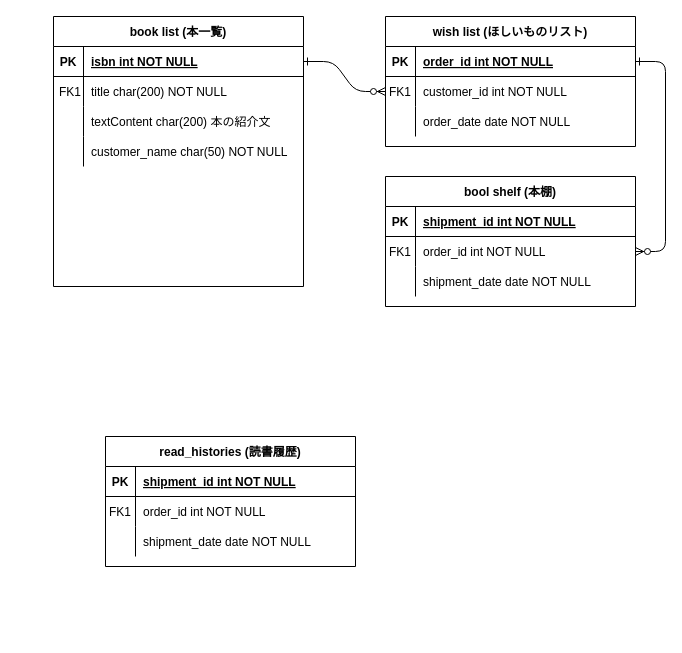
asukamekaru98/book-management-tool keeps this draw.io diagram as ER.drawio. Above is the earlier version. Source tidied: cells renumbered, new cells numbered last; positions are measured from the earlier drawing's top-left corner, leaving out a move shared by most shapes. Both pictures are drawn from the tidied source at 100%, with x=0, y=0 at pixel (53, 16).
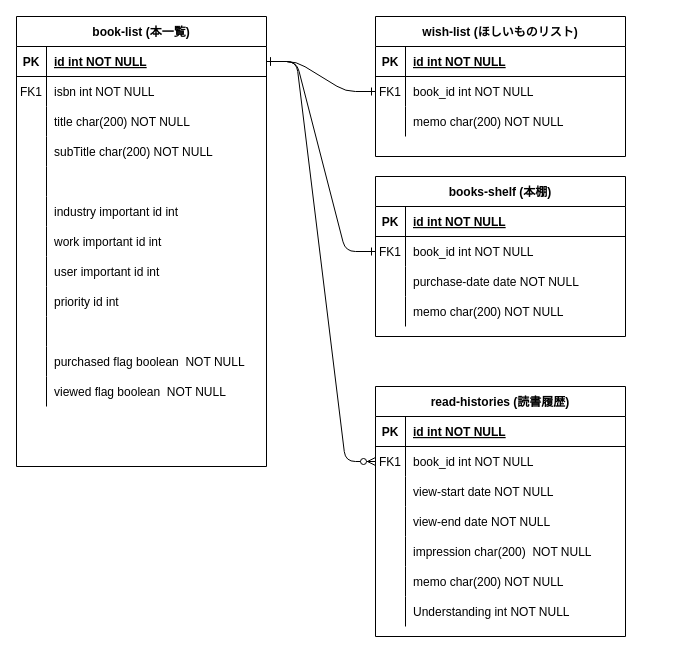
Above is the later version.

Unchanged cells that the change refers to:
```xml
<mxCell id="5" style="shape=partialRectangle;fillColor=none;points=[[0,0.5],[1,0.5]];portConstraint=eastwest;top=0;left=0;right=0;bottom=1;" parent="4" vertex="1">
  <mxGeometry y="30" width="250" height="30" as="geometry" />
</mxCell>
<mxCell id="8" style="shape=partialRectangle;fillColor=none;points=[[0,0.5],[1,0.5]];portConstraint=eastwest;top=0;left=0;right=0;bottom=0;" parent="4" vertex="1">
  <mxGeometry y="60" width="250" height="30" as="geometry" />
</mxCell>
<mxCell id="25" style="shape=partialRectangle;fillColor=none;points=[[0,0.5],[1,0.5]];portConstraint=eastwest;top=0;left=0;right=0;bottom=1;" parent="24" vertex="1">
  <mxGeometry y="30" width="250" height="30" as="geometry" />
</mxCell>
<mxCell id="28" style="shape=partialRectangle;fillColor=none;top=0;left=0;right=0;bottom=0;" parent="24" vertex="1">
  <mxGeometry y="60" width="250" height="30" as="geometry" />
</mxCell>
<mxCell id="31" style="shape=partialRectangle;fillColor=none;top=0;left=0;right=0;bottom=0;" parent="24" vertex="1">
  <mxGeometry y="90" width="250" height="30" as="geometry" />
</mxCell>
<mxCell id="34" style="shape=partialRectangle;fillColor=none;top=0;left=0;right=0;bottom=0;" parent="24" vertex="1">
  <mxGeometry y="120" width="250" height="30" as="geometry" />
</mxCell>
<mxCell id="38" style="shape=partialRectangle;fillColor=none;top=0;left=0;right=0;bottom=1;" parent="37" vertex="1">
  <mxGeometry y="30" width="250" height="30" as="geometry" />
</mxCell>
<mxCell id="41" style="shape=partialRectangle;fillColor=none;points=[[0,0.5],[1,0.5]];portConstraint=eastwest;top=0;left=0;right=0;bottom=0;" parent="37" vertex="1">
  <mxGeometry y="60" width="250" height="30" as="geometry" />
</mxCell>
<mxCell id="44" style="shape=partialRectangle;fillColor=none;top=0;left=0;right=0;bottom=0;" parent="37" vertex="1">
  <mxGeometry y="90" width="250" height="30" as="geometry" />
</mxCell>
```

Diff of the diagram source:
```diff
@@
-    <mxCell id="2" style="edgeStyle=entityRelationEdgeStyle;endArrow=ERzeroToMany;startArrow=ERone;endFill=1;startFill=0;" parent="1" edge="1" source="25" target="8">
+    <mxCell id="2" style="edgeStyle=entityRelationEdgeStyle;endArrow=ERone;startArrow=ERone;endFill=0;startFill=0;" parent="1" edge="1" source="25" target="8">
       <mxGeometry relative="1" as="geometry" />
     </mxCell>
-    <mxCell id="3" style="edgeStyle=entityRelationEdgeStyle;endArrow=ERzeroToMany;startArrow=ERone;endFill=1;startFill=0;" parent="1" edge="1" source="5" target="18">
+    <mxCell id="3" style="edgeStyle=entityRelationEdgeStyle;endArrow=ERone;startArrow=ERone;endFill=0;startFill=0;exitX=1;exitY=0.5;exitDx=0;exitDy=0;entryX=0;entryY=0.5;entryDx=0;entryDy=0;" parent="1" edge="1" source="25" target="18">
       <mxGeometry relative="1" as="geometry" />
     </mxCell>
-    <mxCell id="4" value="wish list (ほしいものリスト)" style="shape=table;startSize=30;childLayout=tableLayout;rowLines=0;fontStyle=1;align=center;" parent="1" vertex="1">
-      <mxGeometry x="332" width="250" height="130" as="geometry" />
+    <mxCell id="4" value="wish-list (ほしいものリスト)" style="shape=table;startSize=30;childLayout=tableLayout;rowLines=0;fontStyle=1;align=center;" parent="1" vertex="1">
+      <mxGeometry x="322" width="250" height="140" as="geometry" />
     </mxCell>
@@
-    <mxCell id="7" value="order_id int NOT NULL " style="shape=partialRectangle;overflow=hidden;fillColor=none;top=0;left=0;bottom=0;right=0;align=left;spacingLeft=6;fontStyle=5;" parent="5" vertex="1">
+    <mxCell id="7" value="id int NOT NULL " style="shape=partialRectangle;overflow=hidden;fillColor=none;top=0;left=0;bottom=0;right=0;align=left;spacingLeft=6;fontStyle=5;" parent="5" vertex="1">
       <mxGeometry x="30" width="220" height="30" as="geometry" />
     </mxCell>
@@
-    <mxCell id="10" value="customer_id int NOT NULL" style="shape=partialRectangle;overflow=hidden;fillColor=none;top=0;left=0;bottom=0;right=0;align=left;spacingLeft=6;" parent="8" vertex="1">
+    <mxCell id="10" value="book_id int NOT NULL" style="shape=partialRectangle;overflow=hidden;fillColor=none;top=0;left=0;bottom=0;right=0;align=left;spacingLeft=6;" parent="8" vertex="1">
       <mxGeometry x="30" width="220" height="30" as="geometry" />
     </mxCell>
-    <mxCell id="11" style="shape=partialRectangle;fillColor=none;top=0;left=0;right=0;bottom=0;" parent="4" vertex="1">
-      <mxGeometry y="90" width="250" height="30" as="geometry" />
-    </mxCell>
-    <mxCell id="12" style="shape=partialRectangle;overflow=hidden;fillColor=none;top=0;left=0;bottom=0;right=0;" parent="11" vertex="1">
-      <mxGeometry width="30" height="30" as="geometry" />
-    </mxCell>
-    <mxCell id="13" value="order_date date NOT NULL" style="shape=partialRectangle;overflow=hidden;fillColor=none;top=0;left=0;bottom=0;right=0;align=left;spacingLeft=6;" parent="11" vertex="1">
-      <mxGeometry x="30" width="220" height="30" as="geometry" />
-    </mxCell>
-    <mxCell id="14" value="bool shelf (本棚)" style="shape=table;startSize=30;childLayout=tableLayout;rowLines=0;fontStyle=1;align=center;" parent="1" vertex="1">
-      <mxGeometry x="332" y="160" width="250" height="130" as="geometry" />
-    </mxCell>
-    <mxCell id="15" style="shape=partialRectangle;fillColor=none;top=0;left=0;right=0;bottom=1;" parent="14" vertex="1">
-      <mxGeometry y="30" width="250" height="30" as="geometry" />
-    </mxCell>
-    <mxCell id="16" value="PK" style="shape=partialRectangle;overflow=hidden;fillColor=none;top=0;left=0;bottom=0;right=0;fontStyle=1;" parent="15" vertex="1">
-      <mxGeometry width="30" height="30" as="geometry" />
-    </mxCell>
-    <mxCell id="17" value="shipment_id int NOT NULL " style="shape=partialRectangle;overflow=hidden;fillColor=none;top=0;left=0;bottom=0;right=0;align=left;spacingLeft=6;fontStyle=5;" parent="15" vertex="1">
-      <mxGeometry x="30" width="220" height="30" as="geometry" />
-    </mxCell>
-    <mxCell id="18" style="shape=partialRectangle;fillColor=none;points=[[0,0.5],[1,0.5]];portConstraint=eastwest;top=0;left=0;right=0;bottom=0;" parent="14" vertex="1">
-      <mxGeometry y="60" width="250" height="30" as="geometry" />
-    </mxCell>
-    <mxCell id="19" value="FK1" style="shape=partialRectangle;overflow=hidden;fillColor=none;top=0;left=0;bottom=0;right=0;" parent="18" vertex="1">
-      <mxGeometry width="30" height="30" as="geometry" />
-    </mxCell>
-    <mxCell id="20" value="order_id int NOT NULL" style="shape=partialRectangle;overflow=hidden;fillColor=none;top=0;left=0;bottom=0;right=0;align=left;spacingLeft=6;" parent="18" vertex="1">
-      <mxGeometry x="30" width="220" height="30" as="geometry" />
-    </mxCell>
-    <mxCell id="21" style="shape=partialRectangle;fillColor=none;top=0;left=0;right=0;bottom=0;" parent="14" vertex="1">
-      <mxGeometry y="90" width="250" height="30" as="geometry" />
-    </mxCell>
-    <mxCell id="22" style="shape=partialRectangle;overflow=hidden;fillColor=none;top=0;left=0;bottom=0;right=0;" parent="21" vertex="1">
-      <mxGeometry width="30" height="30" as="geometry" />
-    </mxCell>
-    <mxCell id="23" value="shipment_date date NOT NULL" style="shape=partialRectangle;overflow=hidden;fillColor=none;top=0;left=0;bottom=0;right=0;align=left;spacingLeft=6;" parent="21" vertex="1">
-      <mxGeometry x="30" width="220" height="30" as="geometry" />
-    </mxCell>
+    <mxCell id="48" style="shape=partialRectangle;fillColor=none;top=0;left=0;right=0;bottom=0;" parent="4" vertex="1">
+      <mxGeometry y="90" width="250" height="30" as="geometry" />
+    </mxCell>
+    <mxCell id="49" style="shape=partialRectangle;overflow=hidden;fillColor=none;top=0;left=0;bottom=0;right=0;" parent="48" vertex="1">
+      <mxGeometry width="30" height="30" as="geometry" />
+    </mxCell>
+    <mxCell id="50" value="memo char(200) NOT NULL" style="shape=partialRectangle;overflow=hidden;fillColor=none;top=0;left=0;bottom=0;right=0;align=left;spacingLeft=6;" parent="48" vertex="1">
+      <mxGeometry x="30" width="220" height="30" as="geometry" />
+    </mxCell>
-    <mxCell id="24" value="book list (本一覧)" style="shape=table;startSize=30;childLayout=tableLayout;rowLines=0;fontStyle=1;align=center;" parent="1" vertex="1">
-      <mxGeometry width="250" height="270" as="geometry" />
+    <mxCell id="24" value="book-list (本一覧)" style="shape=table;startSize=30;childLayout=tableLayout;rowLines=0;fontStyle=1;align=center;" parent="1" vertex="1">
+      <mxGeometry x="-37" width="250" height="450" as="geometry" />
     </mxCell>
@@
-    <mxCell id="27" value="isbn int NOT NULL" style="shape=partialRectangle;overflow=hidden;fillColor=none;top=0;left=0;bottom=0;right=0;align=left;spacingLeft=6;fontStyle=5;" parent="25" vertex="1">
+    <mxCell id="27" value="id int NOT NULL" style="shape=partialRectangle;overflow=hidden;fillColor=none;top=0;left=0;bottom=0;right=0;align=left;spacingLeft=6;fontStyle=5;" parent="25" vertex="1">
       <mxGeometry x="30" width="220" height="30" as="geometry" />
     </mxCell>
@@
-    <mxCell id="30" value="title char(200) NOT NULL" style="shape=partialRectangle;overflow=hidden;fillColor=none;top=0;left=0;bottom=0;right=0;align=left;spacingLeft=6;" parent="28" vertex="1">
+    <mxCell id="30" value="isbn int NOT NULL" style="shape=partialRectangle;overflow=hidden;fillColor=none;top=0;left=0;bottom=0;right=0;align=left;spacingLeft=6;" parent="28" vertex="1">
       <mxGeometry x="30" width="220" height="30" as="geometry" />
     </mxCell>
@@
-    <mxCell id="33" value="textContent char(200) 本の紹介文" style="shape=partialRectangle;overflow=hidden;fillColor=none;top=0;left=0;bottom=0;right=0;align=left;spacingLeft=6;" parent="31" vertex="1">
+    <mxCell id="33" value="title char(200) NOT NULL" style="shape=partialRectangle;overflow=hidden;fillColor=none;top=0;left=0;bottom=0;right=0;align=left;spacingLeft=6;" parent="31" vertex="1">
       <mxGeometry x="30" width="220" height="30" as="geometry" />
     </mxCell>
@@
-    <mxCell id="36" value="customer_name char(50) NOT NULL" style="shape=partialRectangle;overflow=hidden;fillColor=none;top=0;left=0;bottom=0;right=0;align=left;spacingLeft=6;" parent="34" vertex="1">
+    <mxCell id="36" value="subTitle char(200) NOT NULL" style="shape=partialRectangle;overflow=hidden;fillColor=none;top=0;left=0;bottom=0;right=0;align=left;spacingLeft=6;" parent="34" vertex="1">
       <mxGeometry x="30" width="220" height="30" as="geometry" />
     </mxCell>
+    <mxCell id="51" style="shape=partialRectangle;fillColor=none;top=0;left=0;right=0;bottom=0;" parent="24" vertex="1">
+      <mxGeometry y="150" width="250" height="30" as="geometry" />
+    </mxCell>
+    <mxCell id="52" style="shape=partialRectangle;overflow=hidden;fillColor=none;top=0;left=0;bottom=0;right=0;" parent="51" vertex="1">
+      <mxGeometry width="30" height="30" as="geometry" />
+    </mxCell>
+    <mxCell id="53" style="shape=partialRectangle;overflow=hidden;fillColor=none;top=0;left=0;bottom=0;right=0;align=left;spacingLeft=6;" parent="51" vertex="1">
+      <mxGeometry x="30" width="220" height="30" as="geometry" />
+    </mxCell>
+    <mxCell id="54" style="shape=partialRectangle;fillColor=none;top=0;left=0;right=0;bottom=0;" parent="24" vertex="1">
+      <mxGeometry y="180" width="250" height="30" as="geometry" />
+    </mxCell>
+    <mxCell id="55" style="shape=partialRectangle;overflow=hidden;fillColor=none;top=0;left=0;bottom=0;right=0;" parent="54" vertex="1">
+      <mxGeometry width="30" height="30" as="geometry" />
+    </mxCell>
+    <mxCell id="56" value="industry important id int" style="shape=partialRectangle;overflow=hidden;fillColor=none;top=0;left=0;bottom=0;right=0;align=left;spacingLeft=6;" parent="54" vertex="1">
+      <mxGeometry x="30" width="220" height="30" as="geometry" />
+    </mxCell>
+    <mxCell id="57" style="shape=partialRectangle;fillColor=none;top=0;left=0;right=0;bottom=0;" parent="24" vertex="1">
+      <mxGeometry y="210" width="250" height="30" as="geometry" />
+    </mxCell>
+    <mxCell id="58" style="shape=partialRectangle;overflow=hidden;fillColor=none;top=0;left=0;bottom=0;right=0;" parent="57" vertex="1">
+      <mxGeometry width="30" height="30" as="geometry" />
+    </mxCell>
+    <mxCell id="59" value="work important id int" style="shape=partialRectangle;overflow=hidden;fillColor=none;top=0;left=0;bottom=0;right=0;align=left;spacingLeft=6;" parent="57" vertex="1">
+      <mxGeometry x="30" width="220" height="30" as="geometry" />
+    </mxCell>
+    <mxCell id="60" style="shape=partialRectangle;fillColor=none;top=0;left=0;right=0;bottom=0;" parent="24" vertex="1">
+      <mxGeometry y="240" width="250" height="30" as="geometry" />
+    </mxCell>
+    <mxCell id="61" style="shape=partialRectangle;overflow=hidden;fillColor=none;top=0;left=0;bottom=0;right=0;" parent="60" vertex="1">
+      <mxGeometry width="30" height="30" as="geometry" />
+    </mxCell>
+    <mxCell id="62" value="user important id int" style="shape=partialRectangle;overflow=hidden;fillColor=none;top=0;left=0;bottom=0;right=0;align=left;spacingLeft=6;" parent="60" vertex="1">
+      <mxGeometry x="30" width="220" height="30" as="geometry" />
+    </mxCell>
+    <mxCell id="63" style="shape=partialRectangle;fillColor=none;top=0;left=0;right=0;bottom=0;" parent="24" vertex="1">
+      <mxGeometry y="270" width="250" height="30" as="geometry" />
+    </mxCell>
+    <mxCell id="64" style="shape=partialRectangle;overflow=hidden;fillColor=none;top=0;left=0;bottom=0;right=0;" parent="63" vertex="1">
+      <mxGeometry width="30" height="30" as="geometry" />
+    </mxCell>
+    <mxCell id="65" value="priority id int" style="shape=partialRectangle;overflow=hidden;fillColor=none;top=0;left=0;bottom=0;right=0;align=left;spacingLeft=6;" parent="63" vertex="1">
+      <mxGeometry x="30" width="220" height="30" as="geometry" />
+    </mxCell>
+    <mxCell id="66" style="shape=partialRectangle;fillColor=none;top=0;left=0;right=0;bottom=0;" parent="24" vertex="1">
+      <mxGeometry y="300" width="250" height="30" as="geometry" />
+    </mxCell>
+    <mxCell id="67" style="shape=partialRectangle;overflow=hidden;fillColor=none;top=0;left=0;bottom=0;right=0;" parent="66" vertex="1">
+      <mxGeometry width="30" height="30" as="geometry" />
+    </mxCell>
+    <mxCell id="68" style="shape=partialRectangle;overflow=hidden;fillColor=none;top=0;left=0;bottom=0;right=0;align=left;spacingLeft=6;" parent="66" vertex="1">
+      <mxGeometry x="30" width="220" height="30" as="geometry" />
+    </mxCell>
+    <mxCell id="69" style="shape=partialRectangle;fillColor=none;top=0;left=0;right=0;bottom=0;" parent="24" vertex="1">
+      <mxGeometry y="330" width="250" height="30" as="geometry" />
+    </mxCell>
+    <mxCell id="70" style="shape=partialRectangle;overflow=hidden;fillColor=none;top=0;left=0;bottom=0;right=0;" parent="69" vertex="1">
+      <mxGeometry width="30" height="30" as="geometry" />
+    </mxCell>
+    <mxCell id="71" value="purchased flag boolean  NOT NULL" style="shape=partialRectangle;overflow=hidden;fillColor=none;top=0;left=0;bottom=0;right=0;align=left;spacingLeft=6;" parent="69" vertex="1">
+      <mxGeometry x="30" width="220" height="30" as="geometry" />
+    </mxCell>
+    <mxCell id="72" style="shape=partialRectangle;fillColor=none;top=0;left=0;right=0;bottom=0;" parent="24" vertex="1">
+      <mxGeometry y="360" width="250" height="30" as="geometry" />
+    </mxCell>
+    <mxCell id="73" style="shape=partialRectangle;overflow=hidden;fillColor=none;top=0;left=0;bottom=0;right=0;" parent="72" vertex="1">
+      <mxGeometry width="30" height="30" as="geometry" />
+    </mxCell>
+    <mxCell id="74" value="viewed flag boolean  NOT NULL" style="shape=partialRectangle;overflow=hidden;fillColor=none;top=0;left=0;bottom=0;right=0;align=left;spacingLeft=6;" parent="72" vertex="1">
+      <mxGeometry x="30" width="220" height="30" as="geometry" />
+    </mxCell>
-    <mxCell id="37" value="read_histories (読書履歴)" style="shape=table;startSize=30;childLayout=tableLayout;rowLines=0;fontStyle=1;align=center;" parent="1" vertex="1">
-      <mxGeometry x="52" y="420" width="250" height="130" as="geometry" />
+    <mxCell id="37" value="read-histories (読書履歴)" style="shape=table;startSize=30;childLayout=tableLayout;rowLines=0;fontStyle=1;align=center;" parent="1" vertex="1">
+      <mxGeometry x="322" y="370" width="250" height="250" as="geometry" />
     </mxCell>
@@
-    <mxCell id="40" value="shipment_id int NOT NULL " style="shape=partialRectangle;overflow=hidden;fillColor=none;top=0;left=0;bottom=0;right=0;align=left;spacingLeft=6;fontStyle=5;" parent="38" vertex="1">
+    <mxCell id="40" value="id int NOT NULL " style="shape=partialRectangle;overflow=hidden;fillColor=none;top=0;left=0;bottom=0;right=0;align=left;spacingLeft=6;fontStyle=5;" parent="38" vertex="1">
       <mxGeometry x="30" width="220" height="30" as="geometry" />
     </mxCell>
@@
-    <mxCell id="43" value="order_id int NOT NULL" style="shape=partialRectangle;overflow=hidden;fillColor=none;top=0;left=0;bottom=0;right=0;align=left;spacingLeft=6;" parent="41" vertex="1">
+    <mxCell id="43" value="book_id int NOT NULL" style="shape=partialRectangle;overflow=hidden;fillColor=none;top=0;left=0;bottom=0;right=0;align=left;spacingLeft=6;" parent="41" vertex="1">
       <mxGeometry x="30" width="220" height="30" as="geometry" />
     </mxCell>
@@
-    <mxCell id="46" value="shipment_date date NOT NULL" style="shape=partialRectangle;overflow=hidden;fillColor=none;top=0;left=0;bottom=0;right=0;align=left;spacingLeft=6;" parent="44" vertex="1">
+    <mxCell id="46" value="view-start date NOT NULL" style="shape=partialRectangle;overflow=hidden;fillColor=none;top=0;left=0;bottom=0;right=0;align=left;spacingLeft=6;" parent="44" vertex="1">
       <mxGeometry x="30" width="220" height="30" as="geometry" />
     </mxCell>
+    <mxCell id="75" style="shape=partialRectangle;fillColor=none;top=0;left=0;right=0;bottom=0;" parent="37" vertex="1">
+      <mxGeometry y="120" width="250" height="30" as="geometry" />
+    </mxCell>
+    <mxCell id="76" style="shape=partialRectangle;overflow=hidden;fillColor=none;top=0;left=0;bottom=0;right=0;" parent="75" vertex="1">
+      <mxGeometry width="30" height="30" as="geometry" />
+    </mxCell>
+    <mxCell id="77" value="view-end date NOT NULL" style="shape=partialRectangle;overflow=hidden;fillColor=none;top=0;left=0;bottom=0;right=0;align=left;spacingLeft=6;" parent="75" vertex="1">
+      <mxGeometry x="30" width="220" height="30" as="geometry" />
+    </mxCell>
+    <mxCell id="78" style="shape=partialRectangle;fillColor=none;top=0;left=0;right=0;bottom=0;" parent="37" vertex="1">
+      <mxGeometry y="150" width="250" height="30" as="geometry" />
+    </mxCell>
+    <mxCell id="79" style="shape=partialRectangle;overflow=hidden;fillColor=none;top=0;left=0;bottom=0;right=0;" parent="78" vertex="1">
+      <mxGeometry width="30" height="30" as="geometry" />
+    </mxCell>
+    <mxCell id="80" value="impression char(200)  NOT NULL" style="shape=partialRectangle;overflow=hidden;fillColor=none;top=0;left=0;bottom=0;right=0;align=left;spacingLeft=6;" parent="78" vertex="1">
+      <mxGeometry x="30" width="220" height="30" as="geometry" />
+    </mxCell>
+    <mxCell id="81" style="shape=partialRectangle;fillColor=none;top=0;left=0;right=0;bottom=0;" parent="37" vertex="1">
+      <mxGeometry y="180" width="250" height="30" as="geometry" />
+    </mxCell>
+    <mxCell id="82" style="shape=partialRectangle;overflow=hidden;fillColor=none;top=0;left=0;bottom=0;right=0;" parent="81" vertex="1">
+      <mxGeometry width="30" height="30" as="geometry" />
+    </mxCell>
+    <mxCell id="83" value="memo char(200) NOT NULL" style="shape=partialRectangle;overflow=hidden;fillColor=none;top=0;left=0;bottom=0;right=0;align=left;spacingLeft=6;" parent="81" vertex="1">
+      <mxGeometry x="30" width="220" height="30" as="geometry" />
+    </mxCell>
+    <mxCell id="84" style="shape=partialRectangle;fillColor=none;top=0;left=0;right=0;bottom=0;" parent="37" vertex="1">
+      <mxGeometry y="210" width="250" height="30" as="geometry" />
+    </mxCell>
+    <mxCell id="85" style="shape=partialRectangle;overflow=hidden;fillColor=none;top=0;left=0;bottom=0;right=0;" parent="84" vertex="1">
+      <mxGeometry width="30" height="30" as="geometry" />
+    </mxCell>
+    <mxCell id="86" value="Understanding int NOT NULL" style="shape=partialRectangle;overflow=hidden;fillColor=none;top=0;left=0;bottom=0;right=0;align=left;spacingLeft=6;" parent="84" vertex="1">
+      <mxGeometry x="30" width="220" height="30" as="geometry" />
+    </mxCell>
     <mxCell id="47" value="FK1" style="shape=partialRectangle;overflow=hidden;fillColor=none;top=0;left=0;bottom=0;right=0;" parent="1" vertex="1">
-      <mxGeometry x="2" y="60" width="30" height="30" as="geometry" />
+      <mxGeometry x="-37" y="60" width="30" height="30" as="geometry" />
     </mxCell>
+    <mxCell id="87" value="books-shelf (本棚)" style="shape=table;startSize=30;childLayout=tableLayout;rowLines=0;fontStyle=1;align=center;" parent="1" vertex="1">
+      <mxGeometry x="322" y="160" width="250" height="160" as="geometry" />
+    </mxCell>
+    <mxCell id="15" style="shape=partialRectangle;fillColor=none;top=0;left=0;right=0;bottom=1;" parent="87" vertex="1">
+      <mxGeometry y="30" width="250" height="30" as="geometry" />
+    </mxCell>
+    <mxCell id="16" value="PK" style="shape=partialRectangle;overflow=hidden;fillColor=none;top=0;left=0;bottom=0;right=0;fontStyle=1;" parent="15" vertex="1">
+      <mxGeometry width="30" height="30" as="geometry" />
+    </mxCell>
+    <mxCell id="88" value="id int NOT NULL" style="shape=partialRectangle;overflow=hidden;fillColor=none;top=0;left=0;bottom=0;right=0;align=left;spacingLeft=6;fontStyle=5;" parent="15" vertex="1">
+      <mxGeometry x="30" width="220" height="30" as="geometry" />
+    </mxCell>
+    <mxCell id="18" style="shape=partialRectangle;fillColor=none;points=[[0,0.5],[1,0.5]];portConstraint=eastwest;top=0;left=0;right=0;bottom=0;" parent="87" vertex="1">
+      <mxGeometry y="60" width="250" height="30" as="geometry" />
+    </mxCell>
+    <mxCell id="19" value="FK1" style="shape=partialRectangle;overflow=hidden;fillColor=none;top=0;left=0;bottom=0;right=0;" parent="18" vertex="1">
+      <mxGeometry width="30" height="30" as="geometry" />
+    </mxCell>
+    <mxCell id="89" value="book_id int NOT NULL" style="shape=partialRectangle;overflow=hidden;fillColor=none;top=0;left=0;bottom=0;right=0;align=left;spacingLeft=6;" parent="18" vertex="1">
+      <mxGeometry x="30" width="220" height="30" as="geometry" />
+    </mxCell>
+    <mxCell id="90" style="shape=partialRectangle;fillColor=none;top=0;left=0;right=0;bottom=0;" parent="87" vertex="1">
+      <mxGeometry y="90" width="250" height="30" as="geometry" />
+    </mxCell>
+    <mxCell id="91" style="shape=partialRectangle;overflow=hidden;fillColor=none;top=0;left=0;bottom=0;right=0;" parent="90" vertex="1">
+      <mxGeometry width="30" height="30" as="geometry" />
+    </mxCell>
+    <mxCell id="92" value="purchase-date date NOT NULL" style="shape=partialRectangle;overflow=hidden;fillColor=none;top=0;left=0;bottom=0;right=0;align=left;spacingLeft=6;" parent="90" vertex="1">
+      <mxGeometry x="30" width="220" height="30" as="geometry" />
+    </mxCell>
+    <mxCell id="93" style="shape=partialRectangle;fillColor=none;top=0;left=0;right=0;bottom=0;" parent="87" vertex="1">
+      <mxGeometry y="120" width="250" height="30" as="geometry" />
+    </mxCell>
+    <mxCell id="94" style="shape=partialRectangle;overflow=hidden;fillColor=none;top=0;left=0;bottom=0;right=0;" parent="93" vertex="1">
+      <mxGeometry width="30" height="30" as="geometry" />
+    </mxCell>
+    <mxCell id="95" value="memo char(200) NOT NULL" style="shape=partialRectangle;overflow=hidden;fillColor=none;top=0;left=0;bottom=0;right=0;align=left;spacingLeft=6;" parent="93" vertex="1">
+      <mxGeometry x="30" width="220" height="30" as="geometry" />
+    </mxCell>
+    <mxCell id="96" style="edgeStyle=entityRelationEdgeStyle;endArrow=ERzeroToMany;startArrow=ERone;endFill=1;startFill=0;exitX=1;exitY=0.5;exitDx=0;exitDy=0;entryX=0;entryY=0.5;entryDx=0;entryDy=0;" parent="1" edge="1" source="25" target="41">
+      <mxGeometry relative="1" as="geometry" />
+    </mxCell>
```
